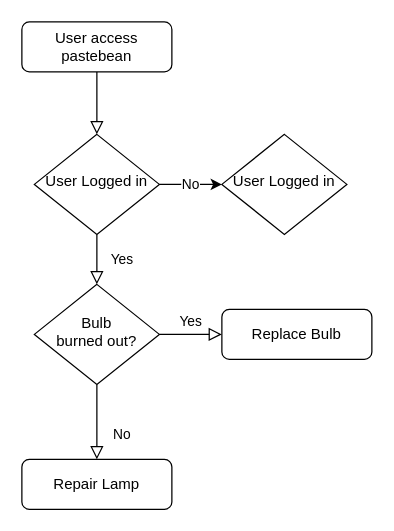
This is Untitled Diagram.drawio from anadawan/draw.io-diagrams, a draw.io file, before an edit. Source tidied: cells renumbered, new cells numbered last; positions are measured from the earlier drawing's top-left corner, leaving out a move shared by most shapes. Both pictures are drawn from the tidied source at 125%, with x=0, y=0 at pixel (21, 21).
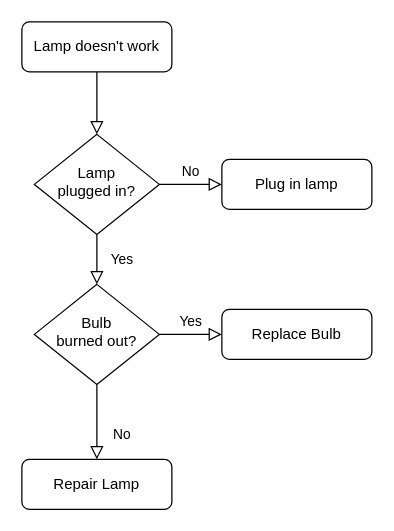
The same diagram, later.

Commit message:
Diagram Pastebean-Flow

What changed in the source:
```diff
@@
 <mxGraphModel>
   <root>
     <mxCell id="0" />
     <mxCell id="1" parent="0" />
     <mxCell id="2" style="rounded=0;html=1;jettySize=auto;fontSize=11;endArrow=block;endFill=0;endSize=8;strokeWidth=1;shadow=0;labelBackgroundColor=none;edgeStyle=orthogonalEdgeStyle;" parent="1" edge="1" source="3" target="6">
       <mxGeometry relative="1" as="geometry" />
     </mxCell>
-    <mxCell id="3" value="User access pastebean" style="rounded=1;whiteSpace=wrap;html=1;fontSize=12;glass=0;strokeWidth=1;shadow=0;" parent="1" vertex="1">
+    <mxCell id="3" value="Lamp doesn't work" style="rounded=1;whiteSpace=wrap;html=1;fontSize=12;glass=0;strokeWidth=1;shadow=0;" parent="1" vertex="1">
       <mxGeometry width="120" height="40" as="geometry" />
     </mxCell>
     <mxCell id="4" value="Yes" style="rounded=0;html=1;jettySize=auto;fontSize=11;endArrow=block;endFill=0;endSize=8;strokeWidth=1;shadow=0;labelBackgroundColor=none;edgeStyle=orthogonalEdgeStyle;" parent="1" edge="1" source="6" target="9">
       <mxGeometry y="20" relative="1" as="geometry" />
     </mxCell>
-    <mxCell id="5" value="&lt;div&gt;No&lt;/div&gt;" style="edgeStyle=orthogonalEdgeStyle;rounded=0;jettySize=auto;html=1;" parent="1" edge="1" source="6" target="12">
-      <mxGeometry relative="1" as="geometry" />
+    <mxCell id="5" value="No" style="edgeStyle=orthogonalEdgeStyle;rounded=0;html=1;jettySize=auto;fontSize=11;endArrow=block;endFill=0;endSize=8;strokeWidth=1;shadow=0;labelBackgroundColor=none;" parent="1" edge="1" source="6" target="13">
+      <mxGeometry y="10" relative="1" as="geometry" />
     </mxCell>
-    <mxCell id="6" value="User Logged in" style="rhombus;whiteSpace=wrap;html=1;shadow=0;fontFamily=Helvetica;fontSize=12;align=center;strokeWidth=1;spacing=6;spacingTop=-4;" parent="1" vertex="1">
+    <mxCell id="6" value="Lamp&lt;br&gt;plugged in?" style="rhombus;whiteSpace=wrap;html=1;shadow=0;fontFamily=Helvetica;fontSize=12;align=center;strokeWidth=1;spacing=6;spacingTop=-4;" parent="1" vertex="1">
       <mxGeometry x="10" y="90" width="100" height="80" as="geometry" />
     </mxCell>
+    <mxCell id="13" value="Plug in lamp" style="rounded=1;whiteSpace=wrap;html=1;fontSize=12;glass=0;strokeWidth=1;shadow=0;" parent="1" vertex="1">
+      <mxGeometry x="160" y="110" width="120" height="40" as="geometry" />
+    </mxCell>
     <mxCell id="7" value="No" style="rounded=0;html=1;jettySize=auto;fontSize=11;endArrow=block;endFill=0;endSize=8;strokeWidth=1;shadow=0;labelBackgroundColor=none;edgeStyle=orthogonalEdgeStyle;" parent="1" edge="1" source="9" target="10">
       <mxGeometry x="0.33" y="20" relative="1" as="geometry" />
     </mxCell>
     <mxCell id="8" value="Yes" style="edgeStyle=orthogonalEdgeStyle;rounded=0;html=1;jettySize=auto;fontSize=11;endArrow=block;endFill=0;endSize=8;strokeWidth=1;shadow=0;labelBackgroundColor=none;" parent="1" edge="1" source="9" target="11">
       <mxGeometry y="10" relative="1" as="geometry" />
     </mxCell>
     <mxCell id="9" value="Bulb&lt;br&gt;burned out?" style="rhombus;whiteSpace=wrap;html=1;shadow=0;fontFamily=Helvetica;fontSize=12;align=center;strokeWidth=1;spacing=6;spacingTop=-4;" parent="1" vertex="1">
       <mxGeometry x="10" y="210" width="100" height="80" as="geometry" />
     </mxCell>
     <mxCell id="10" value="Repair Lamp" style="rounded=1;whiteSpace=wrap;html=1;fontSize=12;glass=0;strokeWidth=1;shadow=0;" parent="1" vertex="1">
       <mxGeometry y="350" width="120" height="40" as="geometry" />
     </mxCell>
     <mxCell id="11" value="Replace Bulb" style="rounded=1;whiteSpace=wrap;html=1;fontSize=12;glass=0;strokeWidth=1;shadow=0;" parent="1" vertex="1">
       <mxGeometry x="160" y="230" width="120" height="40" as="geometry" />
     </mxCell>
-    <mxCell id="12" value="User Logged in" style="rhombus;whiteSpace=wrap;html=1;shadow=0;fontFamily=Helvetica;fontSize=12;align=center;strokeWidth=1;spacing=6;spacingTop=-4;" parent="1" vertex="1">
-      <mxGeometry x="160" y="90" width="100" height="80" as="geometry" />
-    </mxCell>
   </root>
 </mxGraphModel>
```
